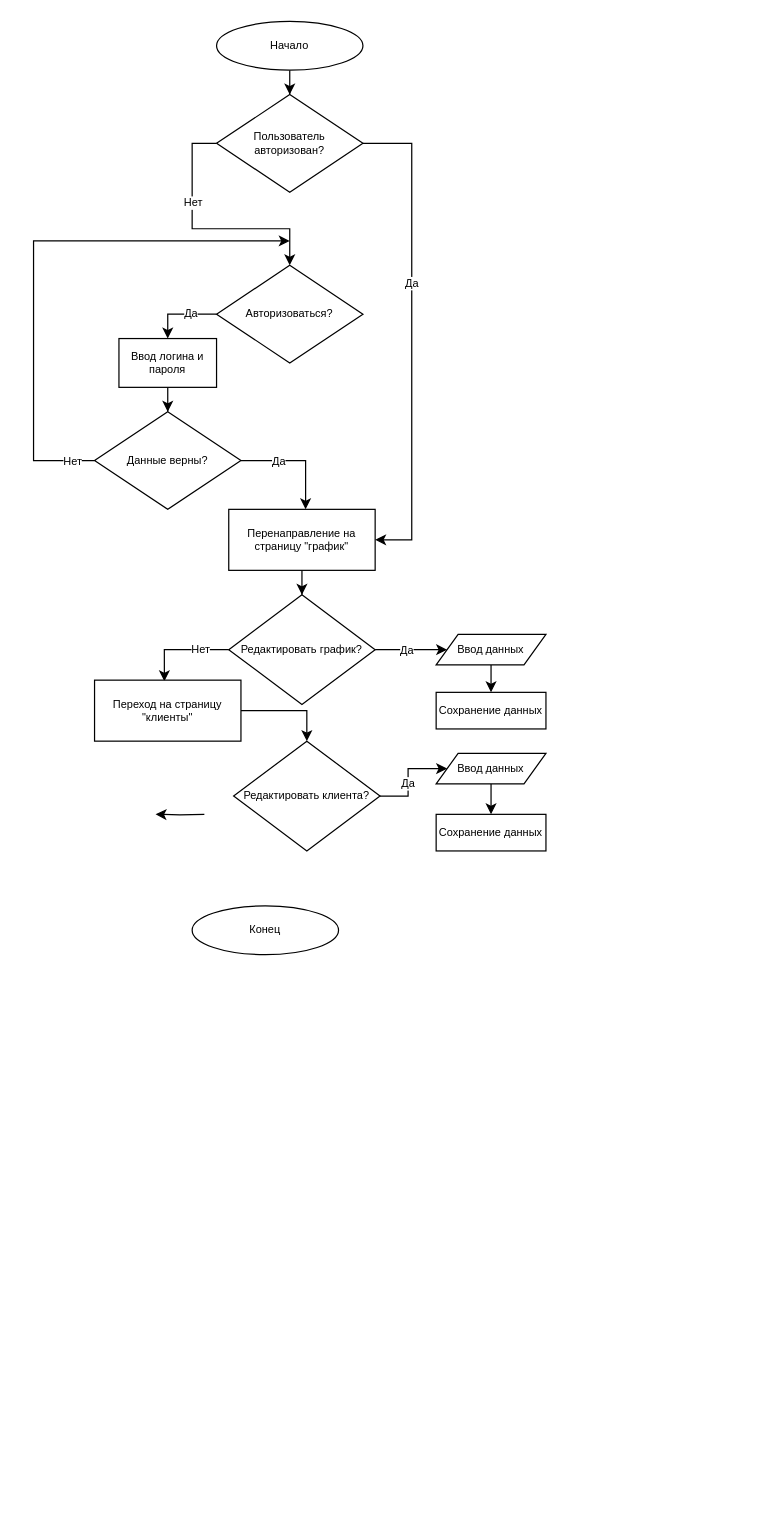
Earlier version of the draw.io diagram block.drawio (kirillgladkih/diplom). Source tidied: cells renumbered, new cells numbered last; positions are measured from the earlier drawing's top-left corner, leaving out a move shared by most shapes. Both pictures are drawn from the tidied source at 122%, with x=0, y=0 at pixel (33, 21).
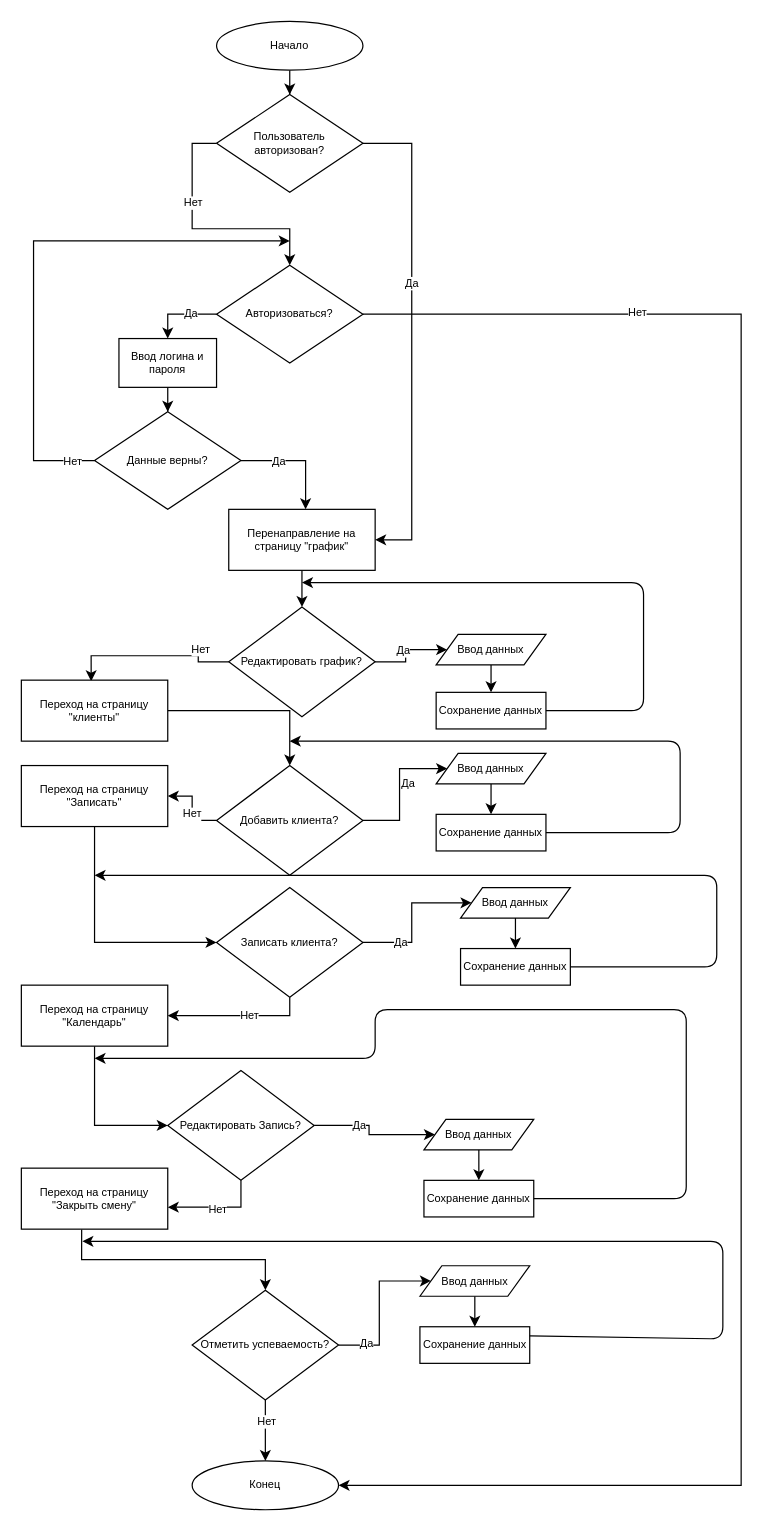
Above is the later version.

The change refers to these unchanged cells:
```xml
<mxCell id="5" value="Авторизоваться?" style="rhombus;whiteSpace=wrap;html=1;fontSize=9;" parent="1" vertex="1">
  <mxGeometry x="150" y="200" width="120" height="80" as="geometry" />
</mxCell>
<mxCell id="27" value="Сохранение данных" style="rounded=0;whiteSpace=wrap;html=1;fontSize=9;" parent="1" vertex="1">
  <mxGeometry x="330" y="550" width="90" height="30" as="geometry" />
</mxCell>
<mxCell id="35" value="Сохранение данных" style="rounded=0;whiteSpace=wrap;html=1;fontSize=9;" parent="1" vertex="1">
  <mxGeometry x="330" y="650" width="90" height="30" as="geometry" />
</mxCell>
```

Change to the diagram source:
```diff
@@
+    <mxCell id="39" style="edgeStyle=orthogonalEdgeStyle;rounded=0;jettySize=auto;html=1;fontSize=9;entryX=1;entryY=0.5;entryDx=0;entryDy=0;" parent="1" edge="1" source="5" target="6">
+      <mxGeometry relative="1" as="geometry">
+        <Array as="points">
+          <mxPoint x="580" y="240" />
+          <mxPoint x="580" y="1200" />
+        </Array>
+      </mxGeometry>
+    </mxCell>
+    <mxCell id="40" value="Нет" style="edgeLabel;html=1;align=center;verticalAlign=middle;fontSize=9;" parent="39" vertex="1">
+      <mxGeometry x="-0.72" y="2" relative="1" as="geometry" />
+    </mxCell>
@@
     <mxCell id="6" value="Конец" style="ellipse;whiteSpace=wrap;html=1;fontSize=9;" parent="1" vertex="1">
-      <mxGeometry x="130" y="725" width="120" height="40" as="geometry" />
+      <mxGeometry x="130" y="1180" width="120" height="40" as="geometry" />
     </mxCell>
@@
-    <mxCell id="18" style="edgeStyle=orthogonalEdgeStyle;rounded=0;orthogonalLoop=1;jettySize=auto;html=1;exitX=0;exitY=0.5;exitDx=0;exitDy=0;fontSize=9;" parent="1" edge="1">
-      <mxGeometry relative="1" as="geometry">
-        <mxPoint x="140" y="650" as="sourcePoint" />
-        <mxPoint x="100" y="649.9" as="targetPoint" />
-      </mxGeometry>
-    </mxCell>
@@
     <mxCell id="20" value="Редактировать график?" style="rhombus;whiteSpace=wrap;html=1;fontSize=9;" parent="1" vertex="1">
-      <mxGeometry x="160" y="470" width="120" height="90" as="geometry" />
+      <mxGeometry x="160" y="480" width="120" height="90" as="geometry" />
     </mxCell>
@@
     <mxCell id="32" value="Переход на страницу &quot;клиенты&quot;" style="rounded=0;whiteSpace=wrap;html=1;fontSize=9;" parent="1" vertex="1">
-      <mxGeometry x="50" y="540" width="120" height="50" as="geometry" />
+      <mxGeometry x="-10" y="540" width="120" height="50" as="geometry" />
     </mxCell>
@@
+    <mxCell id="41" style="edgeStyle=orthogonalEdgeStyle;rounded=0;jettySize=auto;html=1;fontSize=9;entryX=1;entryY=0.5;entryDx=0;entryDy=0;" parent="1" edge="1" source="34" target="46">
+      <mxGeometry relative="1" as="geometry" />
+    </mxCell>
+    <mxCell id="42" value="Нет" style="edgeLabel;html=1;align=center;verticalAlign=middle;fontSize=9;" parent="41" vertex="1">
+      <mxGeometry x="-0.15" y="1" relative="1" as="geometry" />
+    </mxCell>
-    <mxCell id="34" value="Редактировать клиента?" style="rhombus;whiteSpace=wrap;html=1;fontSize=9;" parent="1" vertex="1">
-      <mxGeometry x="164" y="590" width="120" height="90" as="geometry" />
+    <mxCell id="34" value="Добавить клиента?" style="rhombus;whiteSpace=wrap;html=1;fontSize=9;" parent="1" vertex="1">
+      <mxGeometry x="150" y="610" width="120" height="90" as="geometry" />
     </mxCell>
@@
+    <mxCell id="43" style="endArrow=classic;html=1;fontSize=9;exitX=1;exitY=0.5;exitDx=0;exitDy=0;" parent="1" edge="1" source="27">
+      <mxGeometry relative="1" as="geometry">
+        <mxPoint x="220" y="460" as="targetPoint" />
+        <Array as="points">
+          <mxPoint x="500" y="565" />
+          <mxPoint x="500" y="460" />
+        </Array>
+      </mxGeometry>
+    </mxCell>
+    <mxCell id="44" style="endArrow=classic;html=1;fontSize=9;exitX=1;exitY=0.5;exitDx=0;exitDy=0;" parent="1" edge="1" source="35">
+      <mxGeometry relative="1" as="geometry">
+        <mxPoint x="210" y="590" as="targetPoint" />
+        <Array as="points">
+          <mxPoint x="530" y="665" />
+          <mxPoint x="530" y="590" />
+        </Array>
+      </mxGeometry>
+    </mxCell>
+    <mxCell id="45" style="edgeStyle=orthogonalEdgeStyle;rounded=0;jettySize=auto;html=1;fontSize=9;entryX=0;entryY=0.5;entryDx=0;entryDy=0;exitX=0.5;exitY=1;exitDx=0;exitDy=0;" parent="1" edge="1" source="46" target="48">
+      <mxGeometry relative="1" as="geometry" />
+    </mxCell>
+    <mxCell id="46" value="Переход на страницу &quot;Записать&quot;" style="rounded=0;whiteSpace=wrap;html=1;fontSize=9;" parent="1" vertex="1">
+      <mxGeometry x="-10" y="610" width="120" height="50" as="geometry" />
+    </mxCell>
+    <mxCell id="47" style="edgeStyle=orthogonalEdgeStyle;rounded=0;jettySize=auto;html=1;fontSize=9;entryX=1;entryY=0.5;entryDx=0;entryDy=0;" parent="1" edge="1" source="48" target="57">
+      <mxGeometry relative="1" as="geometry">
+        <Array as="points">
+          <mxPoint x="210" y="815" />
+        </Array>
+      </mxGeometry>
+    </mxCell>
+    <mxCell id="48" value="Записать клиента?" style="rhombus;whiteSpace=wrap;html=1;fontSize=9;" parent="1" vertex="1">
+      <mxGeometry x="150" y="710" width="120" height="90" as="geometry" />
+    </mxCell>
+    <mxCell id="49" style="edgeStyle=orthogonalEdgeStyle;rounded=0;jettySize=auto;html=1;fontSize=9;exitX=1;exitY=0.5;exitDx=0;exitDy=0;entryX=0;entryY=0.5;entryDx=0;entryDy=0;" parent="1" edge="1" source="48" target="53">
+      <mxGeometry relative="1" as="geometry" />
+    </mxCell>
+    <mxCell id="50" value="Да" style="edgeLabel;html=1;align=center;verticalAlign=middle;fontSize=9;" parent="49" vertex="1">
+      <mxGeometry x="-0.5" y="1" relative="1" as="geometry" />
+    </mxCell>
+    <mxCell id="51" value="Сохранение данных" style="rounded=0;whiteSpace=wrap;html=1;fontSize=9;" parent="1" vertex="1">
+      <mxGeometry x="350" y="760" width="90" height="30" as="geometry" />
+    </mxCell>
+    <mxCell id="52" style="edgeStyle=orthogonalEdgeStyle;rounded=0;jettySize=auto;html=1;fontSize=9;" parent="1" edge="1" source="53" target="51">
+      <mxGeometry relative="1" as="geometry" />
+    </mxCell>
+    <mxCell id="53" value="&lt;span&gt;Ввод данных&lt;/span&gt;" style="shape=parallelogram;perimeter=parallelogramPerimeter;whiteSpace=wrap;html=1;fontSize=9;" parent="1" vertex="1">
+      <mxGeometry x="350" y="710" width="90" height="25" as="geometry" />
+    </mxCell>
+    <mxCell id="54" style="endArrow=classic;html=1;fontSize=9;exitX=1;exitY=0.5;exitDx=0;exitDy=0;" parent="1" edge="1" source="51">
+      <mxGeometry relative="1" as="geometry">
+        <mxPoint x="50" y="700" as="targetPoint" />
+        <Array as="points">
+          <mxPoint x="560" y="775" />
+          <mxPoint x="560" y="700" />
+        </Array>
+      </mxGeometry>
+    </mxCell>
+    <mxCell id="55" value="Нет" style="edgeLabel;html=1;align=center;verticalAlign=middle;fontSize=9;" parent="1" vertex="1">
+      <mxGeometry x="190" y="815" as="geometry">
+        <mxPoint x="-13.1" y="-1" as="offset" />
+      </mxGeometry>
+    </mxCell>
+    <mxCell id="56" style="edgeStyle=orthogonalEdgeStyle;rounded=0;jettySize=auto;html=1;fontSize=9;entryX=0;entryY=0.5;entryDx=0;entryDy=0;exitX=0.5;exitY=1;exitDx=0;exitDy=0;" parent="1" edge="1" source="57" target="61">
+      <mxGeometry relative="1" as="geometry" />
+    </mxCell>
+    <mxCell id="57" value="Переход на страницу &quot;Календарь&quot;" style="rounded=0;whiteSpace=wrap;html=1;fontSize=9;" parent="1" vertex="1">
+      <mxGeometry x="-10" y="790" width="120" height="50" as="geometry" />
+    </mxCell>
+    <mxCell id="58" style="edgeStyle=orthogonalEdgeStyle;rounded=0;jettySize=auto;html=1;fontSize=9;" parent="1" edge="1" source="61" target="65">
+      <mxGeometry relative="1" as="geometry" />
+    </mxCell>
+    <mxCell id="59" style="edgeStyle=orthogonalEdgeStyle;rounded=0;jettySize=auto;html=1;fontSize=9;entryX=1;entryY=0.64;entryDx=0;entryDy=0;entryPerimeter=0;" parent="1" edge="1" source="61" target="68">
+      <mxGeometry relative="1" as="geometry" />
+    </mxCell>
+    <mxCell id="60" value="Нет" style="edgeLabel;html=1;align=center;verticalAlign=middle;fontSize=9;" parent="59" vertex="1">
+      <mxGeometry x="-0.14" y="1" relative="1" as="geometry">
+        <mxPoint x="-6.8" as="offset" />
+      </mxGeometry>
+    </mxCell>
+    <mxCell id="61" value="Редактировать Запись?" style="rhombus;whiteSpace=wrap;html=1;fontSize=9;" parent="1" vertex="1">
+      <mxGeometry x="110" y="860" width="120" height="90" as="geometry" />
+    </mxCell>
+    <mxCell id="62" value="Да" style="edgeLabel;html=1;align=center;verticalAlign=middle;fontSize=9;" parent="1" vertex="1">
+      <mxGeometry x="280" y="905" as="geometry">
+        <mxPoint x="-13.1" y="-1" as="offset" />
+      </mxGeometry>
+    </mxCell>
+    <mxCell id="63" value="Сохранение данных" style="rounded=0;whiteSpace=wrap;html=1;fontSize=9;" parent="1" vertex="1">
+      <mxGeometry x="320" y="950" width="90" height="30" as="geometry" />
+    </mxCell>
+    <mxCell id="64" style="edgeStyle=orthogonalEdgeStyle;rounded=0;jettySize=auto;html=1;entryX=0.5;entryY=0;entryDx=0;entryDy=0;fontSize=9;" parent="1" edge="1" source="65" target="63">
+      <mxGeometry relative="1" as="geometry" />
+    </mxCell>
+    <mxCell id="65" value="&lt;span&gt;Ввод данных&lt;/span&gt;" style="shape=parallelogram;perimeter=parallelogramPerimeter;whiteSpace=wrap;html=1;fontSize=9;" parent="1" vertex="1">
+      <mxGeometry x="320" y="900" width="90" height="25" as="geometry" />
+    </mxCell>
+    <mxCell id="66" style="endArrow=classic;html=1;fontSize=9;exitX=1;exitY=0.5;exitDx=0;exitDy=0;" parent="1" edge="1" source="63">
+      <mxGeometry relative="1" as="geometry">
+        <mxPoint x="50" y="850" as="targetPoint" />
+        <Array as="points">
+          <mxPoint x="535" y="965" />
+          <mxPoint x="535" y="810" />
+          <mxPoint x="280" y="810" />
+          <mxPoint x="280" y="850" />
+        </Array>
+      </mxGeometry>
+    </mxCell>
+    <mxCell id="67" style="edgeStyle=orthogonalEdgeStyle;rounded=0;jettySize=auto;html=1;fontSize=9;exitX=0.412;exitY=1.007;exitDx=0;exitDy=0;exitPerimeter=0;" parent="1" edge="1" source="68" target="73">
+      <mxGeometry relative="1" as="geometry" />
+    </mxCell>
+    <mxCell id="68" value="Переход на страницу &quot;Закрыть смену&quot;" style="rounded=0;whiteSpace=wrap;html=1;fontSize=9;" parent="1" vertex="1">
+      <mxGeometry x="-10" y="940" width="120" height="50" as="geometry" />
+    </mxCell>
+    <mxCell id="69" style="edgeStyle=orthogonalEdgeStyle;rounded=0;jettySize=auto;html=1;fontSize=9;" parent="1" edge="1" source="73" target="76">
+      <mxGeometry relative="1" as="geometry" />
+    </mxCell>
+    <mxCell id="70" value="Да" style="edgeLabel;html=1;align=center;verticalAlign=middle;fontSize=9;" parent="69" vertex="1">
+      <mxGeometry x="-0.45" y="11" relative="1" as="geometry" />
+    </mxCell>
+    <mxCell id="71" style="edgeStyle=orthogonalEdgeStyle;rounded=0;jettySize=auto;html=1;entryX=0.5;entryY=0;entryDx=0;entryDy=0;fontSize=9;" parent="1" edge="1" source="73" target="6">
+      <mxGeometry relative="1" as="geometry">
+        <Array as="points">
+          <mxPoint x="190" y="1140" />
+          <mxPoint x="190" y="1140" />
+        </Array>
+      </mxGeometry>
+    </mxCell>
+    <mxCell id="72" value="Нет" style="edgeLabel;html=1;align=center;verticalAlign=middle;fontSize=9;" parent="71" vertex="1">
+      <mxGeometry x="-0.32" relative="1" as="geometry" />
+    </mxCell>
+    <mxCell id="73" value="Отметить успеваемость?" style="rhombus;whiteSpace=wrap;html=1;fontSize=9;" parent="1" vertex="1">
+      <mxGeometry x="130" y="1040" width="120" height="90" as="geometry" />
+    </mxCell>
+    <mxCell id="74" value="Сохранение данных" style="rounded=0;whiteSpace=wrap;html=1;fontSize=9;" parent="1" vertex="1">
+      <mxGeometry x="316.7" y="1070" width="90" height="30" as="geometry" />
+    </mxCell>
+    <mxCell id="75" style="edgeStyle=orthogonalEdgeStyle;rounded=0;jettySize=auto;html=1;entryX=0.5;entryY=0;entryDx=0;entryDy=0;fontSize=9;" parent="1" edge="1" source="76" target="74">
+      <mxGeometry relative="1" as="geometry" />
+    </mxCell>
+    <mxCell id="76" value="&lt;span&gt;Ввод данных&lt;/span&gt;" style="shape=parallelogram;perimeter=parallelogramPerimeter;whiteSpace=wrap;html=1;fontSize=9;" parent="1" vertex="1">
+      <mxGeometry x="316.7" y="1020" width="90" height="25" as="geometry" />
+    </mxCell>
+    <mxCell id="77" style="endArrow=classic;html=1;fontSize=9;exitX=1;exitY=0.25;exitDx=0;exitDy=0;" parent="1" edge="1" source="74">
+      <mxGeometry relative="1" as="geometry">
+        <mxPoint x="40" y="1000" as="targetPoint" />
+        <Array as="points">
+          <mxPoint x="565" y="1080" />
+          <mxPoint x="565" y="1000" />
+          <mxPoint x="330" y="1000" />
+        </Array>
+      </mxGeometry>
+    </mxCell>
```
